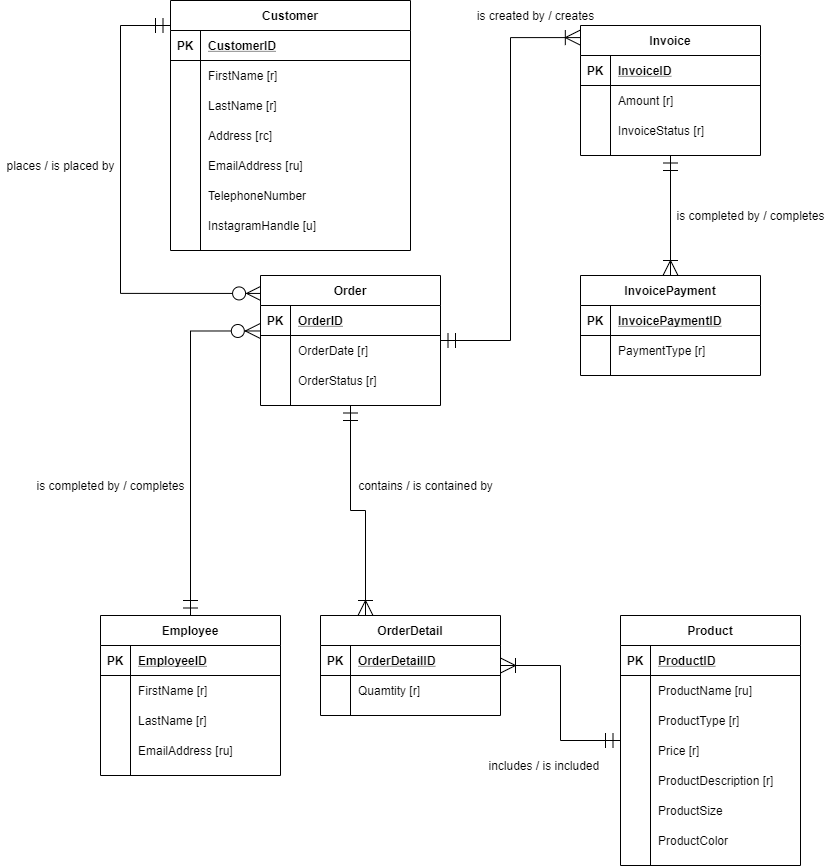
The draw.io diagram Project/Project Conceptual Model.png in trisxcj1/SyracuseUniversity_IST659, before a commit. Source tidied: cells renumbered, new cells last; positions are measured from the earlier drawing's top-left corner, leaving out a move shared by most shapes.
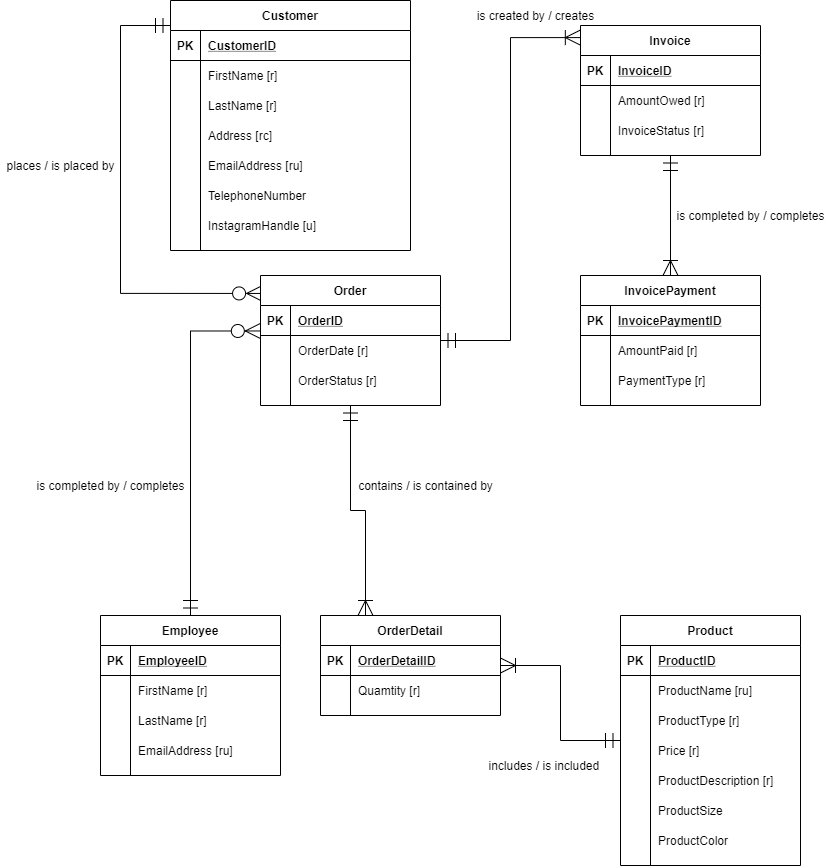
The same diagram one commit later.

What changed in the source:
```diff
@@ -199,7 +199,7 @@
     <mxCell id="65" style="shape=partialRectangle;fillColor=none;top=0;left=0;bottom=0;right=0;overflow=hidden;" parent="64" vertex="1">
       <mxGeometry width="30" height="30" as="geometry" />
     </mxCell>
-    <mxCell id="66" value="Amount [r]" style="shape=partialRectangle;fillColor=none;top=0;left=0;bottom=0;right=0;align=left;spacingLeft=6;overflow=hidden;" parent="64" vertex="1">
+    <mxCell id="66" value="AmountOwed [r]" style="shape=partialRectangle;fillColor=none;top=0;left=0;bottom=0;right=0;align=left;spacingLeft=6;overflow=hidden;" parent="64" vertex="1">
       <mxGeometry x="30" width="150" height="30" as="geometry" />
     </mxCell>
     <mxCell id="67" style="shape=partialRectangle;fillColor=none;top=0;left=0;bottom=0;right=0;" parent="60" vertex="1">
@@ -258,7 +258,7 @@
       <mxGeometry relative="1" as="geometry" />
     </mxCell>
     <mxCell id="84" value="InvoicePayment" style="shape=table;startSize=30;rowLines=0;fontStyle=1;align=center;" parent="1" vertex="1">
-      <mxGeometry x="580" y="275" width="180" height="100" as="geometry" />
+      <mxGeometry x="580" y="275" width="180" height="130" as="geometry" />
     </mxCell>
     <mxCell id="85" style="shape=partialRectangle;fillColor=none;top=0;left=0;bottom=1;right=0;" parent="84" vertex="1">
       <mxGeometry y="30" width="180" height="30" as="geometry" />
@@ -275,9 +275,18 @@
     <mxCell id="89" style="shape=partialRectangle;fillColor=none;top=0;left=0;bottom=0;right=0;overflow=hidden;" parent="88" vertex="1">
       <mxGeometry width="30" height="30" as="geometry" />
     </mxCell>
-    <mxCell id="90" value="PaymentType [r]" style="shape=partialRectangle;fillColor=none;top=0;left=0;bottom=0;right=0;align=left;spacingLeft=6;overflow=hidden;" parent="88" vertex="1">
+    <mxCell id="90" value="AmountPaid [r]" style="shape=partialRectangle;fillColor=none;top=0;left=0;bottom=0;right=0;align=left;spacingLeft=6;overflow=hidden;" parent="88" vertex="1">
       <mxGeometry x="30" width="150" height="30" as="geometry" />
     </mxCell>
+    <mxCell id="105" style="shape=partialRectangle;fillColor=none;top=0;left=0;bottom=0;right=0;" parent="84" vertex="1">
+      <mxGeometry y="90" width="180" height="30" as="geometry" />
+    </mxCell>
+    <mxCell id="106" style="shape=partialRectangle;fillColor=none;top=0;left=0;bottom=0;right=0;overflow=hidden;" parent="105" vertex="1">
+      <mxGeometry width="30" height="30" as="geometry" />
+    </mxCell>
+    <mxCell id="107" value="PaymentType [r]" style="shape=partialRectangle;fillColor=none;top=0;left=0;bottom=0;right=0;align=left;spacingLeft=6;overflow=hidden;" parent="105" vertex="1">
+      <mxGeometry x="30" width="150" height="30" as="geometry" />
+    </mxCell>
     <mxCell id="91" style="edgeStyle=orthogonalEdgeStyle;rounded=0;jettySize=auto;html=1;startArrow=ERoneToMany;startFill=0;startSize=13;endArrow=ERmandOne;endFill=0;endSize=13;" parent="1" edge="1" source="92" target="25">
       <mxGeometry relative="1" as="geometry" />
     </mxCell>
```
